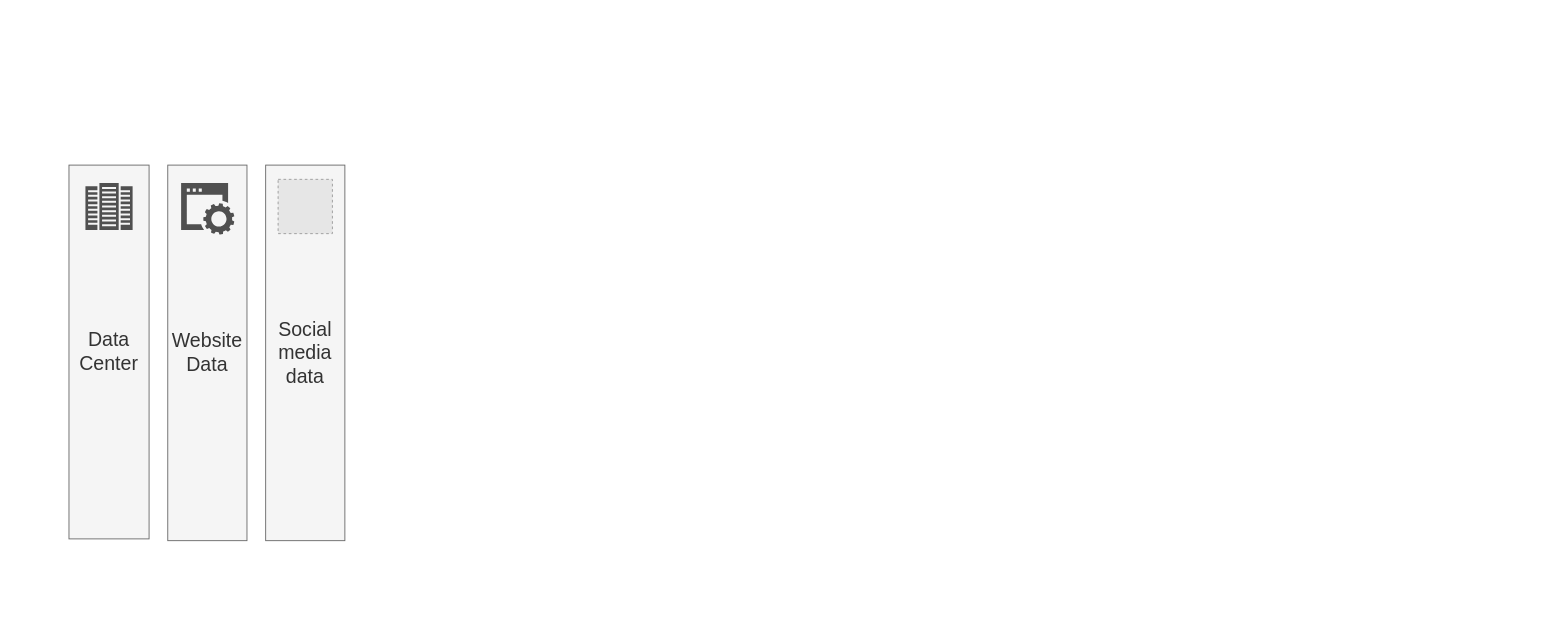
Earlier version of the draw.io diagram data_analitycs.drawio (elisiomualumene/data_analyse_aws). Source tidied: cells renumbered, new cells numbered last; positions are measured from the earlier drawing's top-left corner, leaving out a move shared by most shapes. Both pictures are drawn from the tidied source at 89%, with x=0, y=0 at pixel (69, 165). Pictures stored in the file or linked from it are replaced by grey dashed boxes.
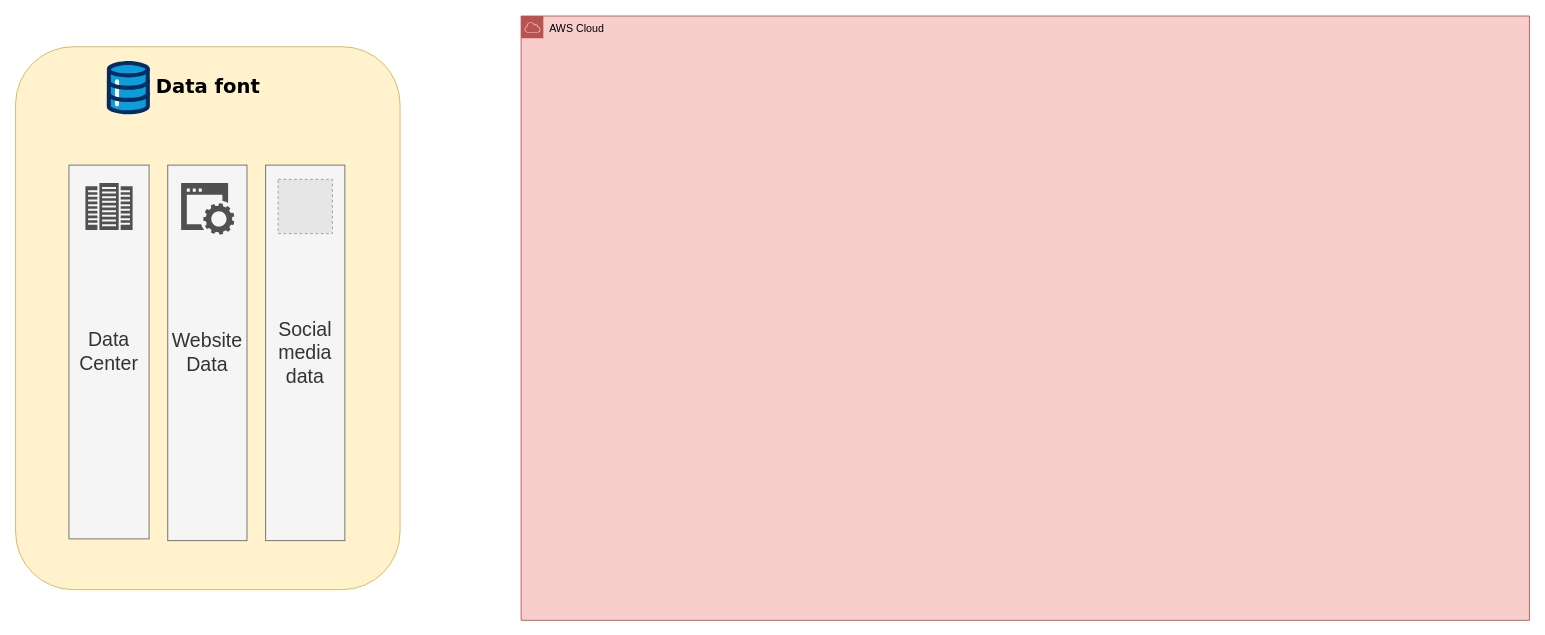
The same diagram, later.

Commit message:
data fonts :memo:

The edit, as a diff of the source:
```diff
@@
 <mxGraphModel>
   <root>
     <mxCell id="0" />
     <mxCell id="1" parent="0" />
+    <mxCell id="8" style="rounded=1;whiteSpace=wrap;html=1;fillColor=#fff2cc;strokeColor=#d6b656;absoluteArcSize=0;" parent="1" vertex="1">
+      <mxGeometry x="-60" y="-133" width="432" height="610" as="geometry" />
+    </mxCell>
     <mxCell id="2" value="&lt;font style=&quot;font-size: 22px;&quot;&gt;Data Center&lt;/font&gt;" style="rounded=0;whiteSpace=wrap;html=1;fillColor=#f5f5f5;strokeColor=#666666;fontColor=#333333;" parent="1" vertex="1">
       <mxGeometry width="90" height="420" as="geometry" />
     </mxCell>
     <mxCell id="3" style="sketch=0;shadow=0;dashed=0;html=1;strokeColor=none;fillColor=#505050;labelPosition=center;verticalLabelPosition=bottom;verticalAlign=top;align=center;shape=mxgraph.office.servers.datacenter;" parent="1" vertex="1">
       <mxGeometry x="18.5" y="20" width="53" height="53" as="geometry" />
     </mxCell>
     <mxCell id="4" value="&lt;font style=&quot;font-size: 22px;&quot;&gt;Website Data&lt;/font&gt;" style="rounded=0;whiteSpace=wrap;html=1;fillColor=#f5f5f5;fontColor=#333333;strokeColor=#666666;" parent="1" vertex="1">
       <mxGeometry x="111" width="89" height="422" as="geometry" />
     </mxCell>
     <mxCell id="5" style="sketch=0;html=1;strokeColor=none;shadow=0;fillColor=#505050;verticalAlign=top;labelPosition=center;verticalLabelPosition=bottom;shape=mxgraph.gcp2.website;" parent="1" vertex="1">
       <mxGeometry x="126" y="20" width="59.8" height="58" as="geometry" />
     </mxCell>
     <mxCell id="6" value="&lt;font style=&quot;font-size: 22px;&quot;&gt;Social media data&lt;/font&gt;" style="rounded=0;whiteSpace=wrap;html=1;fillColor=#f5f5f5;fontColor=#333333;strokeColor=#666666;" parent="1" vertex="1">
       <mxGeometry x="221" width="89" height="422" as="geometry" />
     </mxCell>
     <mxCell id="7" style="fillColor=#E6E6E6;strokeColor=#999999;dashed=1;html=1;verticalAlign=top;verticalLabelPosition=bottom;labelBackgroundColor=#ffffff;fontColor=#505050;" parent="1" vertex="1">
       <mxGeometry x="235" y="16" width="61" height="61" as="geometry" />
     </mxCell>
+    <mxCell id="9" value="&lt;font face=&quot;Verdana&quot; style=&quot;font-size: 22px;&quot;&gt;&lt;b&gt;Data font&lt;/b&gt;&lt;/font&gt;" style="text;html=1;strokeColor=none;fillColor=none;align=center;verticalAlign=middle;whiteSpace=wrap;rounded=0;" parent="1" vertex="1">
+      <mxGeometry x="92" y="-102" width="129" height="30" as="geometry" />
+    </mxCell>
+    <mxCell id="10" style="verticalLabelPosition=bottom;html=1;shape=mxgraph.salesforce.data;" parent="1" vertex="1">
+      <mxGeometry x="42.4" y="-117" width="48.6" height="60" as="geometry" />
+    </mxCell>
+    <mxCell id="11" value="AWS Cloud" style="sketch=0;html=1;whiteSpace=wrap;fontSize=12;fontStyle=0;shape=mxgraph.aws4.group;grIcon=mxgraph.aws4.group_aws_cloud;strokeColor=#b85450;fillColor=#f8cecc;verticalAlign=top;align=left;spacingLeft=30;dashed=0;" parent="1" vertex="1">
+      <mxGeometry x="508" y="-167.5" width="1133" height="679" as="geometry" />
+    </mxCell>
   </root>
 </mxGraphModel>
```
